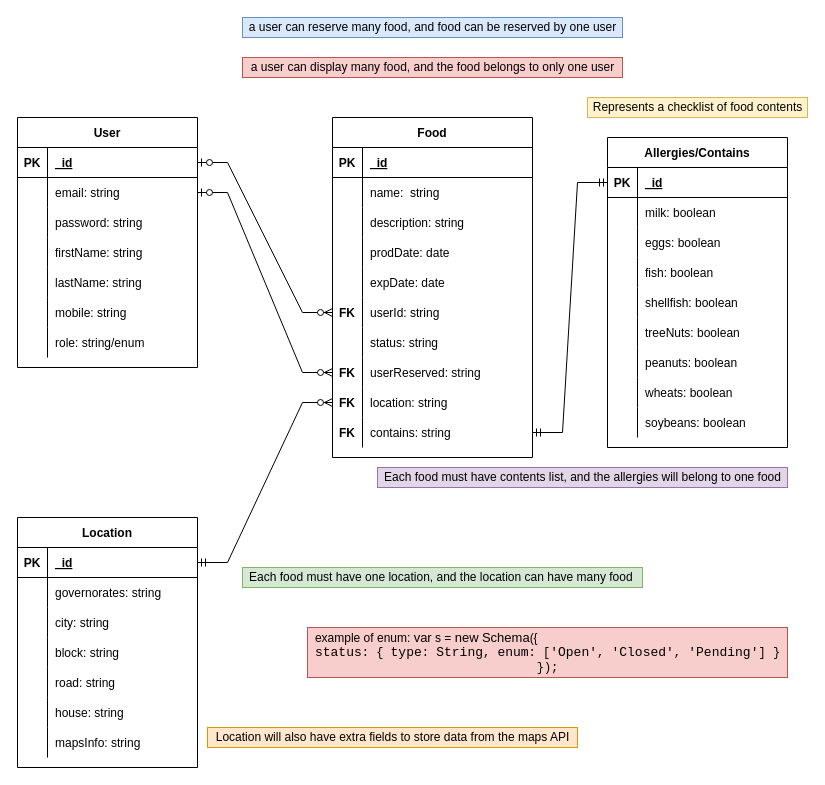
This is ERD/ERD.drawio from ann-swords/no-more-yo3an-project, a draw.io file, before an edit. Source tidied: cells renumbered, new cells numbered last; positions are measured from the earlier drawing's top-left corner, leaving out a move shared by most shapes. Both pictures are drawn from the tidied source at 100%, with x=0, y=0 at pixel (17, 17).
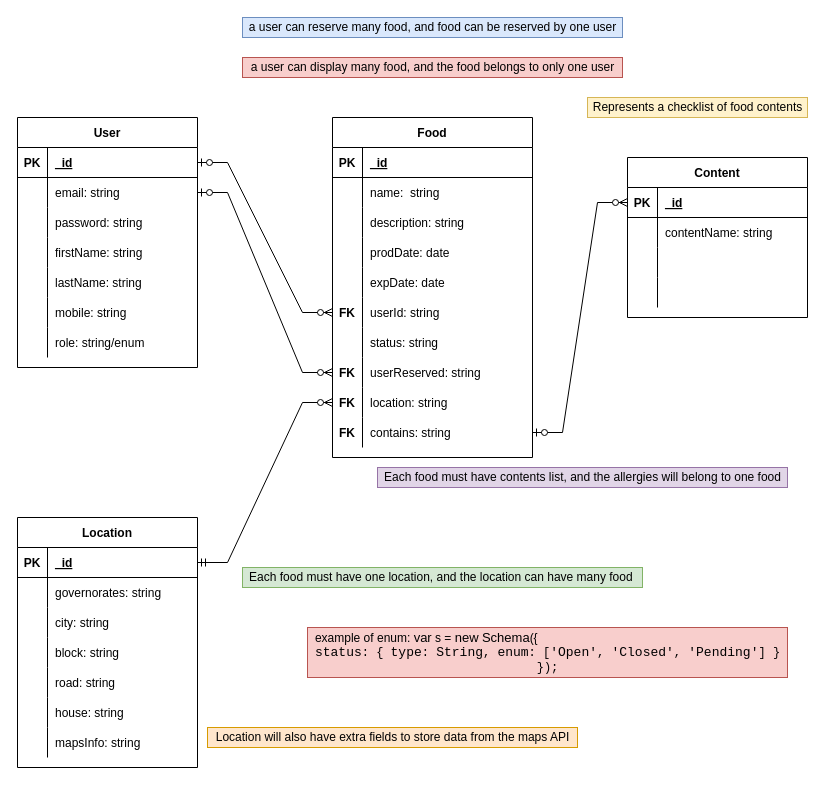
Above is the later version.

Unchanged cells that the change refers to:
```xml
<mxCell id="52" style="shape=tableRow;horizontal=0;startSize=0;swimlaneHead=0;swimlaneBody=0;fillColor=none;points=[[0,0.5],[1,0.5]];portConstraint=eastwest;top=0;left=0;right=0;bottom=0;" parent="24" vertex="1">
  <mxGeometry y="300" width="200" height="30" as="geometry" />
</mxCell>
```

The edit, as a diff of the source:
```diff
@@
-    <mxCell id="55" value="Allergies/Contains" style="shape=table;startSize=30;childLayout=tableLayout;rowLines=0;fontStyle=1;align=center;" parent="1" vertex="1">
-      <mxGeometry x="590" y="120" width="180" height="310" as="geometry" />
-    </mxCell>
-    <mxCell id="56" style="shape=tableRow;horizontal=0;startSize=0;swimlaneHead=0;swimlaneBody=0;fillColor=none;points=[[0,0.5],[1,0.5]];portConstraint=eastwest;top=0;left=0;right=0;bottom=1;" parent="55" vertex="1">
-      <mxGeometry y="30" width="180" height="30" as="geometry" />
-    </mxCell>
-    <mxCell id="57" value="PK" style="shape=partialRectangle;fillColor=none;top=0;left=0;bottom=0;right=0;fontStyle=1;overflow=hidden;" parent="56" vertex="1">
-      <mxGeometry width="30" height="30" as="geometry" />
-    </mxCell>
-    <mxCell id="58" value="_id" style="shape=partialRectangle;fillColor=none;top=0;left=0;bottom=0;right=0;align=left;spacingLeft=6;fontStyle=5;overflow=hidden;" parent="56" vertex="1">
-      <mxGeometry x="30" width="150" height="30" as="geometry" />
-    </mxCell>
-    <mxCell id="59" style="shape=tableRow;horizontal=0;startSize=0;swimlaneHead=0;swimlaneBody=0;fillColor=none;top=0;left=0;right=0;bottom=0;" parent="55" vertex="1">
-      <mxGeometry y="60" width="180" height="30" as="geometry" />
-    </mxCell>
-    <mxCell id="60" style="shape=partialRectangle;fillColor=none;top=0;left=0;bottom=0;right=0;overflow=hidden;" parent="59" vertex="1">
-      <mxGeometry width="30" height="30" as="geometry" />
-    </mxCell>
-    <mxCell id="61" value="milk: boolean" style="shape=partialRectangle;fillColor=none;top=0;left=0;bottom=0;right=0;align=left;spacingLeft=6;overflow=hidden;" parent="59" vertex="1">
-      <mxGeometry x="30" width="150" height="30" as="geometry" />
-    </mxCell>
-    <mxCell id="62" style="shape=tableRow;horizontal=0;startSize=0;swimlaneHead=0;swimlaneBody=0;fillColor=none;top=0;left=0;right=0;bottom=0;" parent="55" vertex="1">
-      <mxGeometry y="90" width="180" height="30" as="geometry" />
-    </mxCell>
-    <mxCell id="63" style="shape=partialRectangle;fillColor=none;top=0;left=0;bottom=0;right=0;overflow=hidden;" parent="62" vertex="1">
-      <mxGeometry width="30" height="30" as="geometry" />
-    </mxCell>
-    <mxCell id="64" value="eggs: boolean" style="shape=partialRectangle;fillColor=none;top=0;left=0;bottom=0;right=0;align=left;spacingLeft=6;overflow=hidden;" parent="62" vertex="1">
-      <mxGeometry x="30" width="150" height="30" as="geometry" />
-    </mxCell>
-    <mxCell id="65" style="shape=tableRow;horizontal=0;startSize=0;swimlaneHead=0;swimlaneBody=0;fillColor=none;top=0;left=0;right=0;bottom=0;" parent="55" vertex="1">
-      <mxGeometry y="120" width="180" height="30" as="geometry" />
-    </mxCell>
-    <mxCell id="66" style="shape=partialRectangle;fillColor=none;top=0;left=0;bottom=0;right=0;overflow=hidden;" parent="65" vertex="1">
-      <mxGeometry width="30" height="30" as="geometry" />
-    </mxCell>
-    <mxCell id="67" value="fish: boolean" style="shape=partialRectangle;fillColor=none;top=0;left=0;bottom=0;right=0;align=left;spacingLeft=6;overflow=hidden;" parent="65" vertex="1">
-      <mxGeometry x="30" width="150" height="30" as="geometry" />
-    </mxCell>
-    <mxCell id="68" style="shape=tableRow;horizontal=0;startSize=0;swimlaneHead=0;swimlaneBody=0;fillColor=none;top=0;left=0;right=0;bottom=0;" parent="55" vertex="1">
-      <mxGeometry y="150" width="180" height="30" as="geometry" />
-    </mxCell>
-    <mxCell id="69" style="shape=partialRectangle;fillColor=none;top=0;left=0;bottom=0;right=0;overflow=hidden;" parent="68" vertex="1">
-      <mxGeometry width="30" height="30" as="geometry" />
-    </mxCell>
-    <mxCell id="70" value="shellfish: boolean" style="shape=partialRectangle;fillColor=none;top=0;left=0;bottom=0;right=0;align=left;spacingLeft=6;overflow=hidden;" parent="68" vertex="1">
-      <mxGeometry x="30" width="150" height="30" as="geometry" />
-    </mxCell>
-    <mxCell id="71" style="shape=tableRow;horizontal=0;startSize=0;swimlaneHead=0;swimlaneBody=0;fillColor=none;top=0;left=0;right=0;bottom=0;" parent="55" vertex="1">
-      <mxGeometry y="180" width="180" height="30" as="geometry" />
-    </mxCell>
-    <mxCell id="72" style="shape=partialRectangle;fillColor=none;top=0;left=0;bottom=0;right=0;overflow=hidden;" parent="71" vertex="1">
-      <mxGeometry width="30" height="30" as="geometry" />
-    </mxCell>
-    <mxCell id="73" value="treeNuts: boolean" style="shape=partialRectangle;fillColor=none;top=0;left=0;bottom=0;right=0;align=left;spacingLeft=6;overflow=hidden;" parent="71" vertex="1">
-      <mxGeometry x="30" width="150" height="30" as="geometry" />
-    </mxCell>
-    <mxCell id="74" style="shape=tableRow;horizontal=0;startSize=0;swimlaneHead=0;swimlaneBody=0;fillColor=none;top=0;left=0;right=0;bottom=0;" parent="55" vertex="1">
-      <mxGeometry y="210" width="180" height="30" as="geometry" />
-    </mxCell>
-    <mxCell id="75" style="shape=partialRectangle;fillColor=none;top=0;left=0;bottom=0;right=0;overflow=hidden;" parent="74" vertex="1">
-      <mxGeometry width="30" height="30" as="geometry" />
-    </mxCell>
-    <mxCell id="76" value="peanuts: boolean" style="shape=partialRectangle;fillColor=none;top=0;left=0;bottom=0;right=0;align=left;spacingLeft=6;overflow=hidden;" parent="74" vertex="1">
-      <mxGeometry x="30" width="150" height="30" as="geometry" />
-    </mxCell>
-    <mxCell id="77" style="shape=tableRow;horizontal=0;startSize=0;swimlaneHead=0;swimlaneBody=0;fillColor=none;top=0;left=0;right=0;bottom=0;" parent="55" vertex="1">
-      <mxGeometry y="240" width="180" height="30" as="geometry" />
-    </mxCell>
-    <mxCell id="78" style="shape=partialRectangle;fillColor=none;top=0;left=0;bottom=0;right=0;overflow=hidden;" parent="77" vertex="1">
-      <mxGeometry width="30" height="30" as="geometry" />
-    </mxCell>
-    <mxCell id="79" value="wheats: boolean" style="shape=partialRectangle;fillColor=none;top=0;left=0;bottom=0;right=0;align=left;spacingLeft=6;overflow=hidden;" parent="77" vertex="1">
-      <mxGeometry x="30" width="150" height="30" as="geometry" />
-    </mxCell>
-    <mxCell id="80" style="shape=tableRow;horizontal=0;startSize=0;swimlaneHead=0;swimlaneBody=0;fillColor=none;top=0;left=0;right=0;bottom=0;" parent="55" vertex="1">
-      <mxGeometry y="270" width="180" height="30" as="geometry" />
-    </mxCell>
-    <mxCell id="81" style="shape=partialRectangle;fillColor=none;top=0;left=0;bottom=0;right=0;overflow=hidden;" parent="80" vertex="1">
-      <mxGeometry width="30" height="30" as="geometry" />
-    </mxCell>
-    <mxCell id="82" value="soybeans: boolean" style="shape=partialRectangle;fillColor=none;top=0;left=0;bottom=0;right=0;align=left;spacingLeft=6;overflow=hidden;" parent="80" vertex="1">
-      <mxGeometry x="30" width="150" height="30" as="geometry" />
-    </mxCell>
@@
-    <mxCell id="106" style="edgeStyle=entityRelationEdgeStyle;fontSize=12;html=1;endArrow=ERmandOne;startArrow=ERmandOne;rounded=0;entryX=0;entryY=0.5;entryDx=0;entryDy=0;exitX=1;exitY=0.5;exitDx=0;exitDy=0;" parent="1" edge="1" source="52" target="56">
-      <mxGeometry relative="1" as="geometry" />
-    </mxCell>
@@
+    <mxCell id="106" style="edgeStyle=entityRelationEdgeStyle;fontSize=12;html=1;endArrow=ERzeroToMany;startArrow=ERzeroToOne;rounded=0;entryX=0;entryY=0.5;entryDx=0;entryDy=0;exitX=1;exitY=0.5;exitDx=0;exitDy=0;" parent="1" edge="1" source="52" target="56">
+      <mxGeometry relative="1" as="geometry" />
+    </mxCell>
+    <mxCell id="116" value="Content" style="shape=table;startSize=30;childLayout=tableLayout;rowLines=0;fontStyle=1;align=center;" parent="1" vertex="1">
+      <mxGeometry x="610" y="140" width="180" height="160" as="geometry" />
+    </mxCell>
+    <mxCell id="56" style="shape=tableRow;horizontal=0;startSize=0;swimlaneHead=0;swimlaneBody=0;fillColor=none;points=[[0,0.5],[1,0.5]];portConstraint=eastwest;top=0;left=0;right=0;bottom=1;" parent="116" vertex="1">
+      <mxGeometry y="30" width="180" height="30" as="geometry" />
+    </mxCell>
+    <mxCell id="57" value="PK" style="shape=partialRectangle;fillColor=none;top=0;left=0;bottom=0;right=0;fontStyle=1;overflow=hidden;" parent="56" vertex="1">
+      <mxGeometry width="30" height="30" as="geometry" />
+    </mxCell>
+    <mxCell id="58" value="_id" style="shape=partialRectangle;fillColor=none;top=0;left=0;bottom=0;right=0;align=left;spacingLeft=6;fontStyle=5;overflow=hidden;" parent="56" vertex="1">
+      <mxGeometry x="30" width="150" height="30" as="geometry" />
+    </mxCell>
+    <mxCell id="59" style="shape=tableRow;horizontal=0;startSize=0;swimlaneHead=0;swimlaneBody=0;fillColor=none;top=0;left=0;right=0;bottom=0;" parent="116" vertex="1">
+      <mxGeometry y="60" width="180" height="30" as="geometry" />
+    </mxCell>
+    <mxCell id="117" style="shape=partialRectangle;fillColor=none;top=0;left=0;bottom=0;right=0;overflow=hidden;" parent="59" vertex="1">
+      <mxGeometry width="30" height="30" as="geometry" />
+    </mxCell>
+    <mxCell id="118" value="contentName: string" style="shape=partialRectangle;fillColor=none;top=0;left=0;bottom=0;right=0;align=left;spacingLeft=6;overflow=hidden;" parent="59" vertex="1">
+      <mxGeometry x="30" width="150" height="30" as="geometry" />
+    </mxCell>
+    <mxCell id="62" style="shape=tableRow;horizontal=0;startSize=0;swimlaneHead=0;swimlaneBody=0;fillColor=none;top=0;left=0;right=0;bottom=0;" parent="116" vertex="1">
+      <mxGeometry y="90" width="180" height="30" as="geometry" />
+    </mxCell>
+    <mxCell id="119" style="shape=partialRectangle;fillColor=none;top=0;left=0;bottom=0;right=0;overflow=hidden;" parent="62" vertex="1">
+      <mxGeometry width="30" height="30" as="geometry" />
+    </mxCell>
+    <mxCell id="120" style="shape=partialRectangle;fillColor=none;top=0;left=0;bottom=0;right=0;align=left;spacingLeft=6;overflow=hidden;" parent="62" vertex="1">
+      <mxGeometry x="30" width="150" height="30" as="geometry" />
+    </mxCell>
+    <mxCell id="65" style="shape=tableRow;horizontal=0;startSize=0;swimlaneHead=0;swimlaneBody=0;fillColor=none;top=0;left=0;right=0;bottom=0;" parent="116" vertex="1">
+      <mxGeometry y="120" width="180" height="30" as="geometry" />
+    </mxCell>
+    <mxCell id="121" style="shape=partialRectangle;fillColor=none;top=0;left=0;bottom=0;right=0;overflow=hidden;" parent="65" vertex="1">
+      <mxGeometry width="30" height="30" as="geometry" />
+    </mxCell>
+    <mxCell id="122" style="shape=partialRectangle;fillColor=none;top=0;left=0;bottom=0;right=0;align=left;spacingLeft=6;overflow=hidden;" parent="65" vertex="1">
+      <mxGeometry x="30" width="150" height="30" as="geometry" />
+    </mxCell>
```
